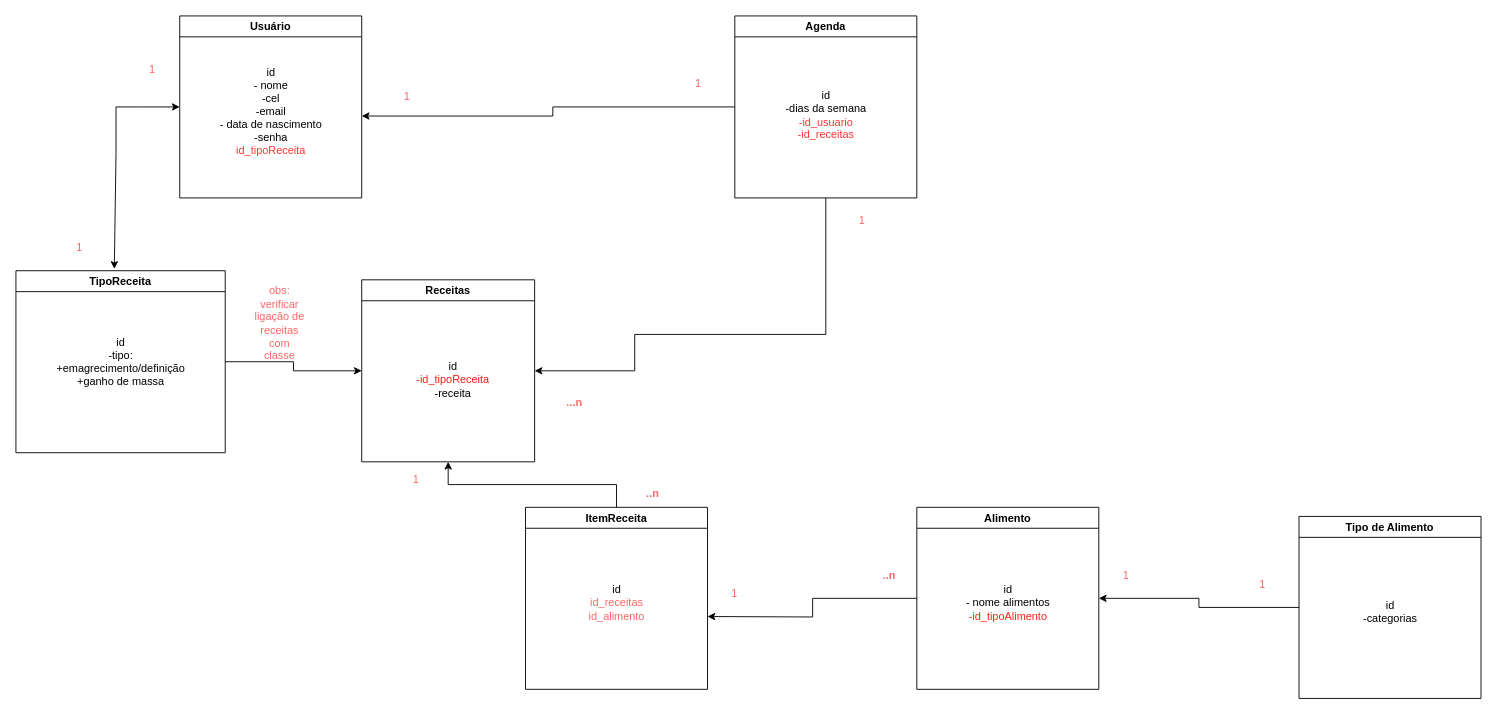
Before: Documentacao/DiagramaBD2.drawio in FelipeRoriz0/MakeYourdiet, a draw.io diagram. Source tidied: cells renumbered, new cells numbered last; positions are measured from the earlier drawing's top-left corner, leaving out a move shared by most shapes. Both pictures are drawn from the tidied source at 91%, with x=0, y=0 at pixel (15, 15).
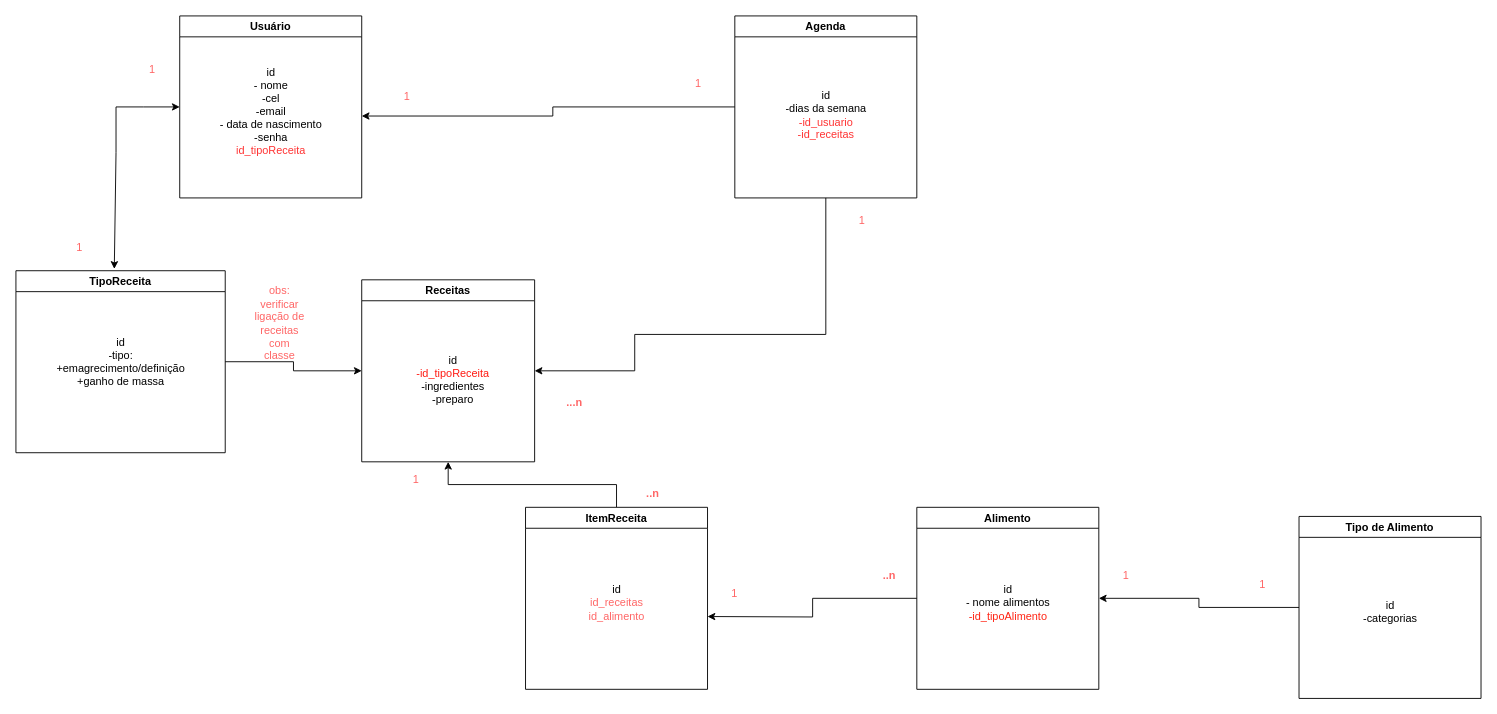
Above is the later version.

Commit message:
att tabela receitas

Unchanged cells that the change refers to:
```xml
<mxCell id="10" value="Receitas" style="swimlane;" parent="1" vertex="1">
  <mxGeometry x="380" y="290" width="190" height="200" as="geometry" />
</mxCell>
```

Change to the diagram source:
```diff
@@
-    <mxCell id="11" value="id&lt;br&gt;&lt;font color=&quot;#ff1a12&quot;&gt;-id_tipoReceita&lt;/font&gt;&lt;br&gt;-receita" style="text;html=1;align=center;verticalAlign=middle;strokeColor=none;fillColor=none;rotation=0;" parent="10" vertex="1">
-      <mxGeometry x="50" y="80" width="100" height="60" as="geometry" />
+    <mxCell id="11" value="id&lt;br&gt;&lt;font color=&quot;#ff1a12&quot;&gt;-id_tipoReceita&lt;/font&gt;&lt;br&gt;-ingredientes&lt;br&gt;-preparo" style="text;html=1;align=center;verticalAlign=middle;strokeColor=none;fillColor=none;rotation=0;" parent="10" vertex="1">
+      <mxGeometry x="50" y="75" width="100" height="70" as="geometry" />
     </mxCell>
```
